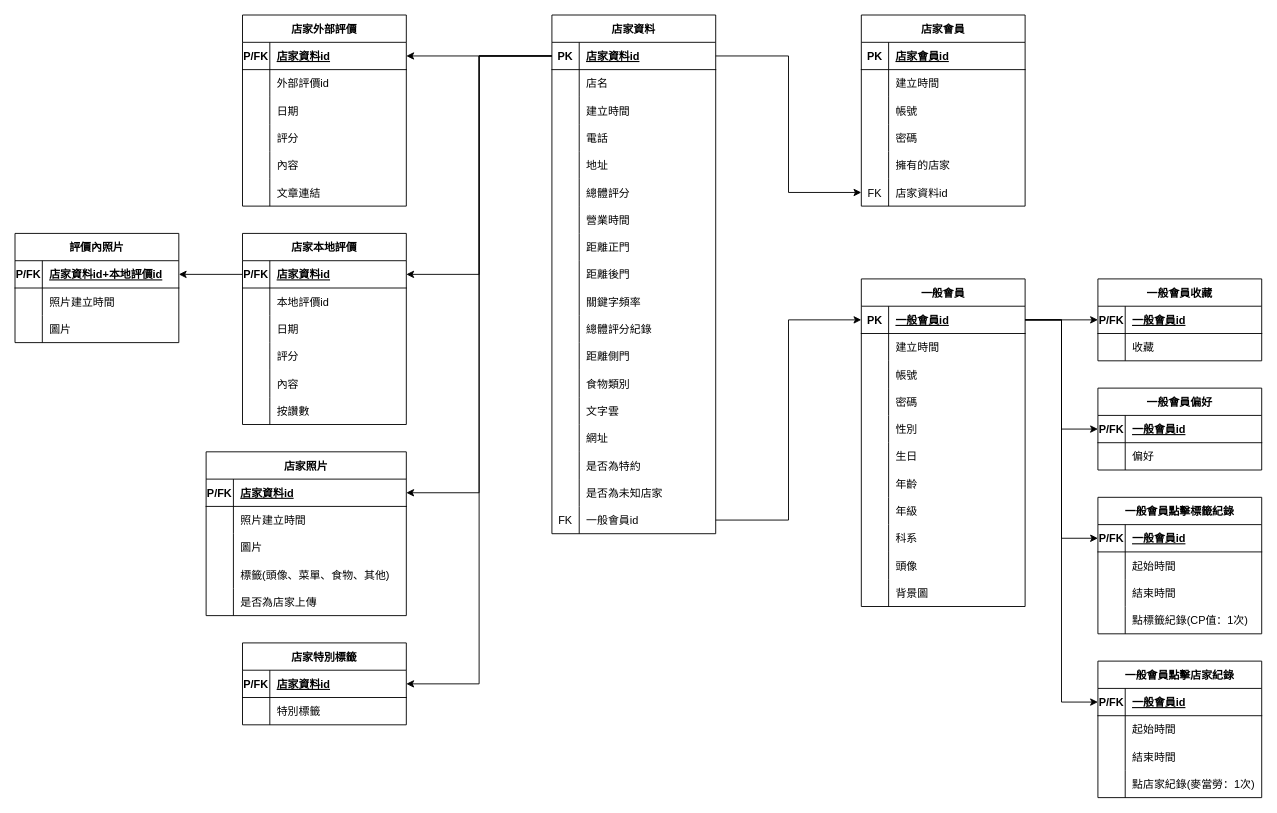
Above: 檔案繳交/資料庫/關聯資料表/10846043_關聯資料表.drawio in project-hungry-don-t-care-food/111402 (draw.io), before the change. Source tidied: cells renumbered, new cells numbered last; positions are measured from the earlier drawing's top-left corner, leaving out a move shared by most shapes. Both pictures are drawn from the tidied source at 91%, with x=0, y=0 at pixel (15, 15).
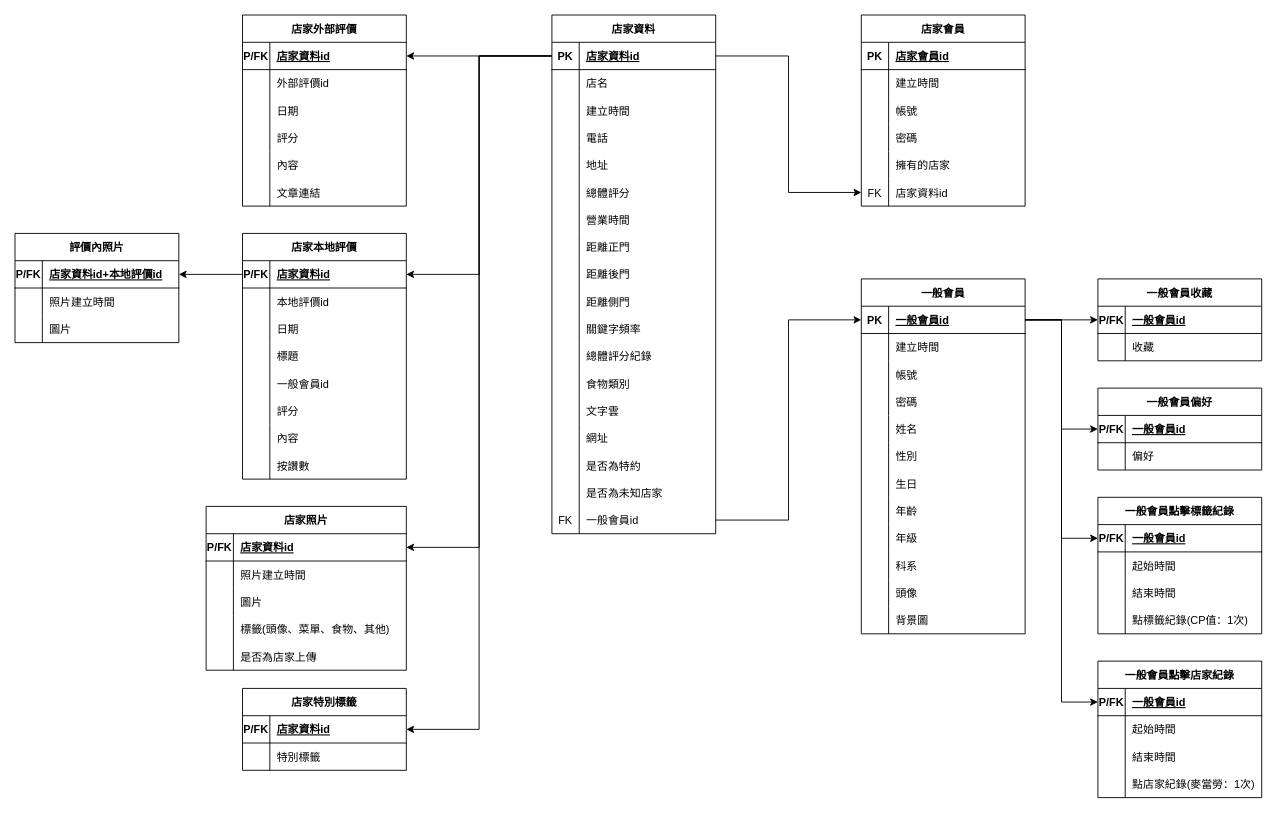
The same page after the edit.

Unchanged cells that the change refers to:
```xml
<mxCell id="2" value="店家資料" style="shape=table;startSize=30;childLayout=tableLayout;rowLines=0;fontStyle=1;align=center;" parent="1" vertex="1">
  <mxGeometry x="590" width="180" height="570" as="geometry" />
</mxCell>
<mxCell id="139" style="shape=tableRow;horizontal=0;startSize=0;swimlaneHead=0;swimlaneBody=0;fillColor=none;top=0;left=0;right=0;bottom=0;" parent="129" vertex="1">
  <mxGeometry y="120" width="180" height="30" as="geometry" />
</mxCell>
```

What changed in the source:
```diff
@@
+    <mxCell id="36" style="shape=tableRow;horizontal=0;startSize=0;swimlaneHead=0;swimlaneBody=0;fillColor=none;top=0;left=0;right=0;bottom=0;" parent="2" vertex="1">
+      <mxGeometry y="300" width="180" height="30" as="geometry" />
+    </mxCell>
+    <mxCell id="37" style="shape=partialRectangle;fillColor=none;top=0;left=0;bottom=0;right=0;overflow=hidden;" parent="36" vertex="1">
+      <mxGeometry width="30" height="30" as="geometry" />
+    </mxCell>
+    <mxCell id="38" value="距離側門" style="shape=partialRectangle;fillColor=none;top=0;left=0;bottom=0;right=0;align=left;spacingLeft=6;overflow=hidden;" parent="36" vertex="1">
+      <mxGeometry x="30" width="150" height="30" as="geometry" />
+    </mxCell>
     <mxCell id="30" style="shape=tableRow;horizontal=0;startSize=0;swimlaneHead=0;swimlaneBody=0;fillColor=none;top=0;left=0;right=0;bottom=0;" parent="2" vertex="1">
-      <mxGeometry y="300" width="180" height="30" as="geometry" />
+      <mxGeometry y="330" width="180" height="30" as="geometry" />
     </mxCell>
@@
     <mxCell id="33" style="shape=tableRow;horizontal=0;startSize=0;swimlaneHead=0;swimlaneBody=0;fillColor=none;top=0;left=0;right=0;bottom=0;" parent="2" vertex="1">
-      <mxGeometry y="330" width="180" height="30" as="geometry" />
+      <mxGeometry y="360" width="180" height="30" as="geometry" />
     </mxCell>
@@
-    <mxCell id="36" style="shape=tableRow;horizontal=0;startSize=0;swimlaneHead=0;swimlaneBody=0;fillColor=none;top=0;left=0;right=0;bottom=0;" parent="2" vertex="1">
-      <mxGeometry y="360" width="180" height="30" as="geometry" />
-    </mxCell>
-    <mxCell id="37" style="shape=partialRectangle;fillColor=none;top=0;left=0;bottom=0;right=0;overflow=hidden;" parent="36" vertex="1">
-      <mxGeometry width="30" height="30" as="geometry" />
-    </mxCell>
-    <mxCell id="38" value="距離側門" style="shape=partialRectangle;fillColor=none;top=0;left=0;bottom=0;right=0;align=left;spacingLeft=6;overflow=hidden;" parent="36" vertex="1">
-      <mxGeometry x="30" width="150" height="30" as="geometry" />
-    </mxCell>
@@
     <mxCell id="57" value="一般會員" style="shape=table;startSize=30;childLayout=tableLayout;rowLines=0;fontStyle=1;align=center;" parent="1" vertex="1">
-      <mxGeometry x="930" y="290" width="180" height="360" as="geometry" />
+      <mxGeometry x="930" y="290" width="180" height="390" as="geometry" />
     </mxCell>
@@
+    <mxCell id="232" style="shape=tableRow;horizontal=0;startSize=0;swimlaneHead=0;swimlaneBody=0;fillColor=none;top=0;left=0;right=0;bottom=0;" parent="57" vertex="1">
+      <mxGeometry y="150" width="180" height="30" as="geometry" />
+    </mxCell>
+    <mxCell id="233" style="shape=partialRectangle;fillColor=none;top=0;left=0;bottom=0;right=0;overflow=hidden;" parent="232" vertex="1">
+      <mxGeometry width="30" height="30" as="geometry" />
+    </mxCell>
+    <mxCell id="234" value="姓名" style="shape=partialRectangle;fillColor=none;top=0;left=0;bottom=0;right=0;align=left;spacingLeft=6;overflow=hidden;" parent="232" vertex="1">
+      <mxGeometry x="30" width="150" height="30" as="geometry" />
+    </mxCell>
     <mxCell id="70" style="shape=tableRow;horizontal=0;startSize=0;swimlaneHead=0;swimlaneBody=0;fillColor=none;top=0;left=0;right=0;bottom=0;" parent="57" vertex="1">
-      <mxGeometry y="150" width="180" height="30" as="geometry" />
+      <mxGeometry y="180" width="180" height="30" as="geometry" />
     </mxCell>
@@
     <mxCell id="73" style="shape=tableRow;horizontal=0;startSize=0;swimlaneHead=0;swimlaneBody=0;fillColor=none;top=0;left=0;right=0;bottom=0;" parent="57" vertex="1">
-      <mxGeometry y="180" width="180" height="30" as="geometry" />
+      <mxGeometry y="210" width="180" height="30" as="geometry" />
     </mxCell>
@@
     <mxCell id="76" style="shape=tableRow;horizontal=0;startSize=0;swimlaneHead=0;swimlaneBody=0;fillColor=none;top=0;left=0;right=0;bottom=0;" parent="57" vertex="1">
-      <mxGeometry y="210" width="180" height="30" as="geometry" />
+      <mxGeometry y="240" width="180" height="30" as="geometry" />
     </mxCell>
@@
     <mxCell id="79" style="shape=tableRow;horizontal=0;startSize=0;swimlaneHead=0;swimlaneBody=0;fillColor=none;top=0;left=0;right=0;bottom=0;" parent="57" vertex="1">
-      <mxGeometry y="240" width="180" height="30" as="geometry" />
+      <mxGeometry y="270" width="180" height="30" as="geometry" />
     </mxCell>
@@
     <mxCell id="82" style="shape=tableRow;horizontal=0;startSize=0;swimlaneHead=0;swimlaneBody=0;fillColor=none;top=0;left=0;right=0;bottom=0;" parent="57" vertex="1">
-      <mxGeometry y="270" width="180" height="30" as="geometry" />
+      <mxGeometry y="300" width="180" height="30" as="geometry" />
     </mxCell>
@@
     <mxCell id="85" style="shape=tableRow;horizontal=0;startSize=0;swimlaneHead=0;swimlaneBody=0;fillColor=none;top=0;left=0;right=0;bottom=0;" parent="57" vertex="1">
-      <mxGeometry y="300" width="180" height="30" as="geometry" />
+      <mxGeometry y="330" width="180" height="30" as="geometry" />
     </mxCell>
@@
     <mxCell id="88" style="shape=tableRow;horizontal=0;startSize=0;swimlaneHead=0;swimlaneBody=0;fillColor=none;top=0;left=0;right=0;bottom=0;" parent="57" vertex="1">
-      <mxGeometry y="330" width="180" height="30" as="geometry" />
+      <mxGeometry y="360" width="180" height="30" as="geometry" />
     </mxCell>
@@
     <mxCell id="129" value="店家本地評價" style="shape=table;startSize=30;childLayout=tableLayout;rowLines=0;fontStyle=1;align=center;" parent="1" vertex="1">
-      <mxGeometry x="250" y="240" width="180" height="210" as="geometry" />
+      <mxGeometry x="250" y="240" width="180" height="270" as="geometry" />
     </mxCell>
@@
-    <mxCell id="141" value="評分" style="shape=partialRectangle;fillColor=none;top=0;left=0;bottom=0;right=0;align=left;spacingLeft=6;overflow=hidden;" parent="139" vertex="1">
+    <mxCell id="141" value="標題" style="shape=partialRectangle;fillColor=none;top=0;left=0;bottom=0;right=0;align=left;spacingLeft=6;overflow=hidden;" parent="139" vertex="1">
       <mxGeometry x="30" width="150" height="30" as="geometry" />
     </mxCell>
+    <mxCell id="235" style="shape=tableRow;horizontal=0;startSize=0;swimlaneHead=0;swimlaneBody=0;fillColor=none;top=0;left=0;right=0;bottom=0;" parent="129" vertex="1">
+      <mxGeometry y="150" width="180" height="30" as="geometry" />
+    </mxCell>
+    <mxCell id="236" style="shape=partialRectangle;fillColor=none;top=0;left=0;bottom=0;right=0;overflow=hidden;" parent="235" vertex="1">
+      <mxGeometry width="30" height="30" as="geometry" />
+    </mxCell>
+    <mxCell id="237" value="一般會員id" style="shape=partialRectangle;fillColor=none;top=0;left=0;bottom=0;right=0;align=left;spacingLeft=6;overflow=hidden;" parent="235" vertex="1">
+      <mxGeometry x="30" width="150" height="30" as="geometry" />
+    </mxCell>
+    <mxCell id="238" style="shape=tableRow;horizontal=0;startSize=0;swimlaneHead=0;swimlaneBody=0;fillColor=none;top=0;left=0;right=0;bottom=0;" parent="129" vertex="1">
+      <mxGeometry y="180" width="180" height="30" as="geometry" />
+    </mxCell>
+    <mxCell id="239" style="shape=partialRectangle;fillColor=none;top=0;left=0;bottom=0;right=0;overflow=hidden;" parent="238" vertex="1">
+      <mxGeometry width="30" height="30" as="geometry" />
+    </mxCell>
+    <mxCell id="240" value="評分" style="shape=partialRectangle;fillColor=none;top=0;left=0;bottom=0;right=0;align=left;spacingLeft=6;overflow=hidden;" parent="238" vertex="1">
+      <mxGeometry x="30" width="150" height="30" as="geometry" />
+    </mxCell>
     <mxCell id="142" style="shape=tableRow;horizontal=0;startSize=0;swimlaneHead=0;swimlaneBody=0;fillColor=none;top=0;left=0;right=0;bottom=0;" parent="129" vertex="1">
-      <mxGeometry y="150" width="180" height="30" as="geometry" />
+      <mxGeometry y="210" width="180" height="30" as="geometry" />
     </mxCell>
@@
     <mxCell id="145" style="shape=tableRow;horizontal=0;startSize=0;swimlaneHead=0;swimlaneBody=0;fillColor=none;top=0;left=0;right=0;bottom=0;" parent="129" vertex="1">
-      <mxGeometry y="180" width="180" height="30" as="geometry" />
+      <mxGeometry y="240" width="180" height="30" as="geometry" />
     </mxCell>
@@
     <mxCell id="148" value="店家照片" style="shape=table;startSize=30;childLayout=tableLayout;rowLines=0;fontStyle=1;align=center;" parent="1" vertex="1">
-      <mxGeometry x="210" y="480" width="220" height="180" as="geometry" />
+      <mxGeometry x="210" y="540" width="220" height="180" as="geometry" />
     </mxCell>
@@
     <mxCell id="164" value="店家特別標籤" style="shape=table;startSize=30;childLayout=tableLayout;rowLines=0;fontStyle=1;align=center;" parent="1" vertex="1">
-      <mxGeometry x="250" y="690" width="180" height="90" as="geometry" />
+      <mxGeometry x="250" y="740" width="180" height="90" as="geometry" />
     </mxCell>
```
